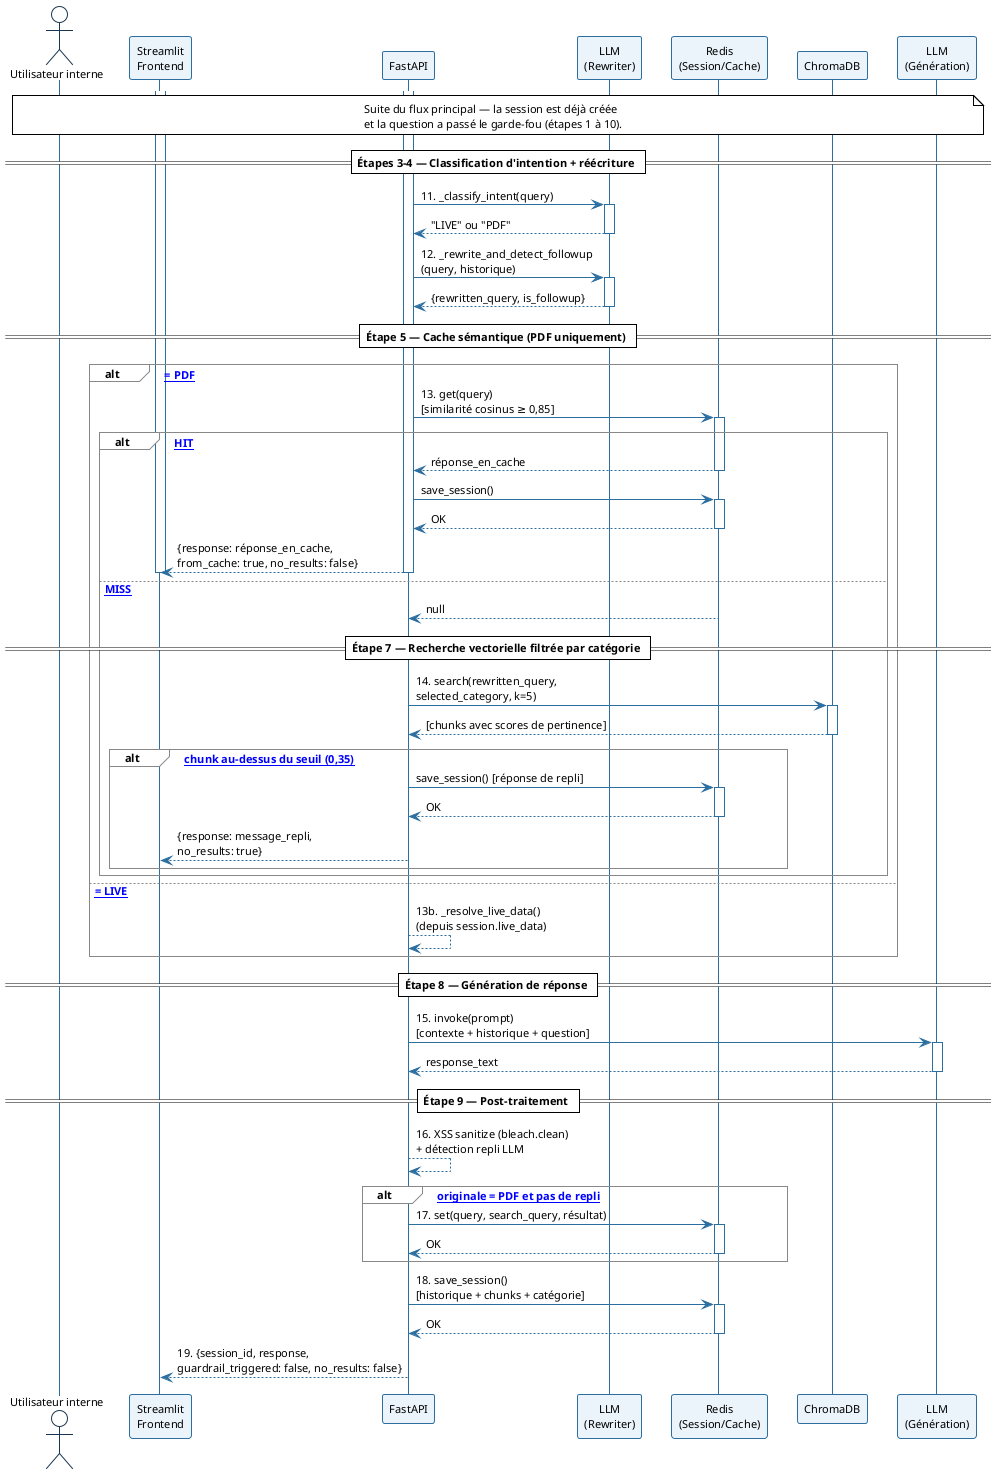
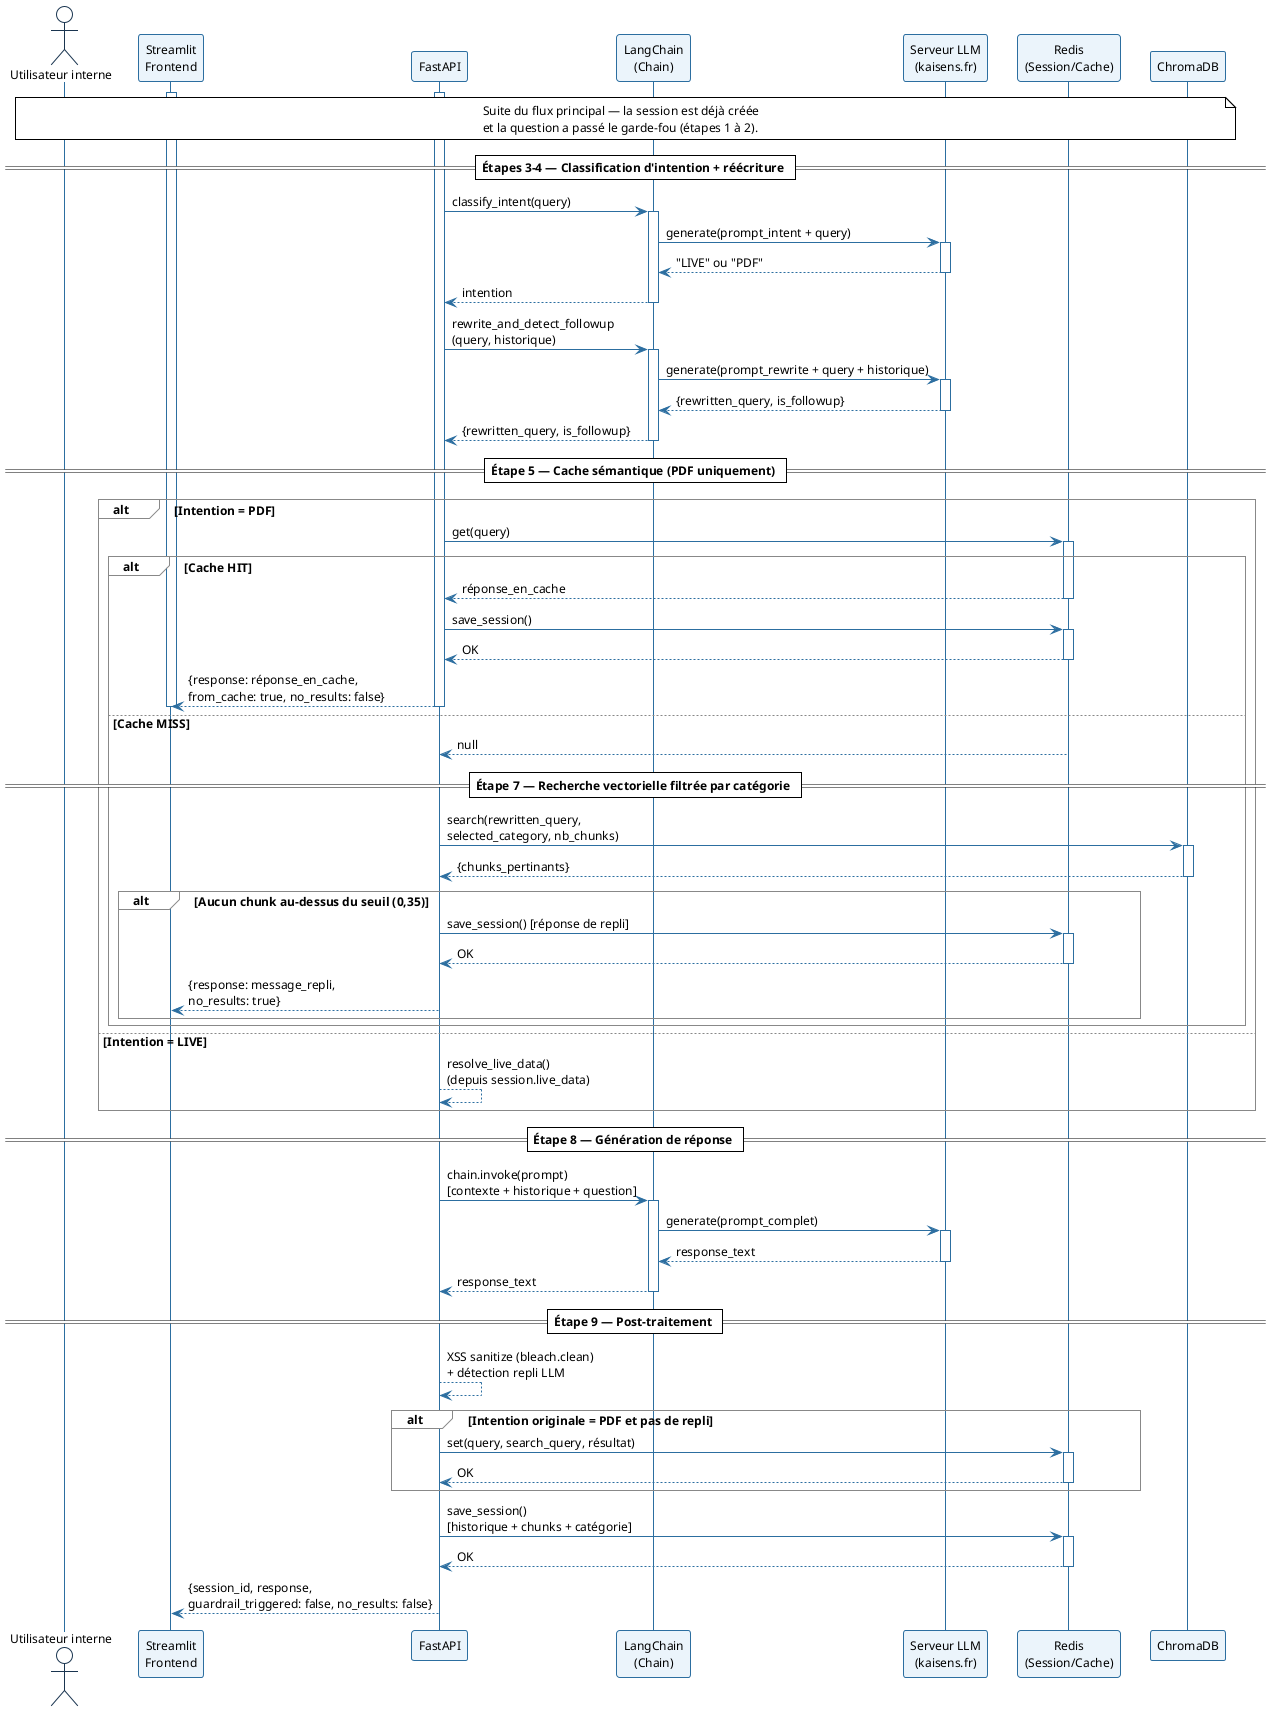
- ﻿@startuml sequence_support_rag
+ @startuml sequence_support_rag
!theme plain
skinparam sequenceArrowColor #2C6EA0
skinparam sequenceLifeLineBorderColor #2C6EA0
skinparam sequenceParticipantBorderColor #2C6EA0
skinparam sequenceParticipantBackgroundColor #EBF4FB
skinparam sequenceActorBorderColor #1A3550
skinparam sequenceGroupBorderColor #888888
skinparam defaultFontName Arial
- skinparam defaultFontSize 11
+ skinparam defaultFontSize 12


actor "Utilisateur interne" as U
participant "Streamlit\nFrontend" as FE
participant "FastAPI" as API
- participant "LLM\n(Rewriter)" as LLM
+ participant "LangChain\n(Chain)" as LC
+ participant "Serveur LLM\n(kaisens.fr)" as LLM
participant "Redis\n(Session/Cache)" as Redis
participant "ChromaDB" as Chroma
- participant "LLM\n(Génération)" as LLM_G

- note over U, LLM_G
+ note over U, Chroma
  Suite du flux principal — la session est déjà créée
-   et la question a passé le garde-fou (étapes 1 à 10).
+   et la question a passé le garde-fou (étapes 1 à 2).
end note

activate FE
activate API

== Étapes 3-4 — Classification d'intention + réécriture ==

- API -> LLM : 11. _classify_intent(query)
+ API -> LC : classify_intent(query)
+ activate LC
+ LC -> LLM : generate(prompt_intent + query)
activate LLM
- LLM --> API : "LIVE" ou "PDF"
+ LLM --> LC : "LIVE" ou "PDF"
deactivate LLM
+ LC --> API : intention
+ deactivate LC

- API -> LLM : 12. _rewrite_and_detect_followup\n(query, historique)
+ API -> LC : rewrite_and_detect_followup\n(query, historique)
+ activate LC
+ LC -> LLM : generate(prompt_rewrite + query + historique)
activate LLM
- LLM --> API : {rewritten_query, is_followup}
+ LLM --> LC : {rewritten_query, is_followup}
deactivate LLM
+ LC --> API : {rewritten_query, is_followup}
+ deactivate LC

== Étape 5 — Cache sémantique (PDF uniquement) ==

- alt [Intention = PDF]
-   API -> Redis : 13. get(query)\n[similarité cosinus ≥ 0,85]
+ alt Intention = PDF
+   API -> Redis : get(query)
  activate Redis

-   alt [Cache HIT]
+   alt Cache HIT
    Redis --> API : réponse_en_cache
    deactivate Redis
    API -> Redis : save_session()
    activate Redis
    Redis --> API : OK
    deactivate Redis
    API --> FE : {response: réponse_en_cache,\nfrom_cache: true, no_results: false}
    deactivate API
    deactivate FE

-   else [Cache MISS]
+   else Cache MISS
    Redis --> API : null
    deactivate Redis

    == Étape 7 — Recherche vectorielle filtrée par catégorie ==

-     API -> Chroma : 14. search(rewritten_query,\nselected_category, k=5)
+     API -> Chroma : search(rewritten_query,\nselected_category, nb_chunks)
    activate Chroma
-     Chroma --> API : [chunks avec scores de pertinence]
+     Chroma --> API : {chunks_pertinants}
    deactivate Chroma

-     alt [Aucun chunk au-dessus du seuil (0,35)]
+     alt Aucun chunk au-dessus du seuil (0,35)
      API -> Redis : save_session() [réponse de repli]
      activate Redis
      Redis --> API : OK
      deactivate Redis
      API --> FE : {response: message_repli,\nno_results: true}
      deactivate API
      deactivate FE
    end

  end

- else [Intention = LIVE]
-   API --> API : 13b. _resolve_live_data()\n(depuis session.live_data)
+ else Intention = LIVE
+   API --> API : resolve_live_data()\n(depuis session.live_data)
end

== Étape 8 — Génération de réponse ==

- API -> LLM_G : 15. invoke(prompt)\n[contexte + historique + question]
- activate LLM_G
- LLM_G --> API : response_text
- deactivate LLM_G
+ API -> LC : chain.invoke(prompt)\n[contexte + historique + question]
+ activate LC
+ LC -> LLM : generate(prompt_complet)
+ activate LLM
+ LLM --> LC : response_text
+ deactivate LLM
+ LC --> API : response_text
+ deactivate LC

== Étape 9 — Post-traitement ==

- API --> API : 16. XSS sanitize (bleach.clean)\n+ détection repli LLM
+ API --> API : XSS sanitize (bleach.clean)\n+ détection repli LLM

- alt [Intention originale = PDF et pas de repli]
-   API -> Redis : 17. set(query, search_query, résultat)
+ alt Intention originale = PDF et pas de repli
+   API -> Redis : set(query, search_query, résultat)
  activate Redis
  Redis --> API : OK
  deactivate Redis
end

- API -> Redis : 18. save_session()\n[historique + chunks + catégorie]
+ API -> Redis : save_session()\n[historique + chunks + catégorie]
activate Redis
Redis --> API : OK
deactivate Redis

- API --> FE : 19. {session_id, response,\nguardrail_triggered: false, no_results: false}
+ API --> FE : {session_id, response,\nguardrail_triggered: false, no_results: false}
deactivate API
deactivate FE

@enduml
